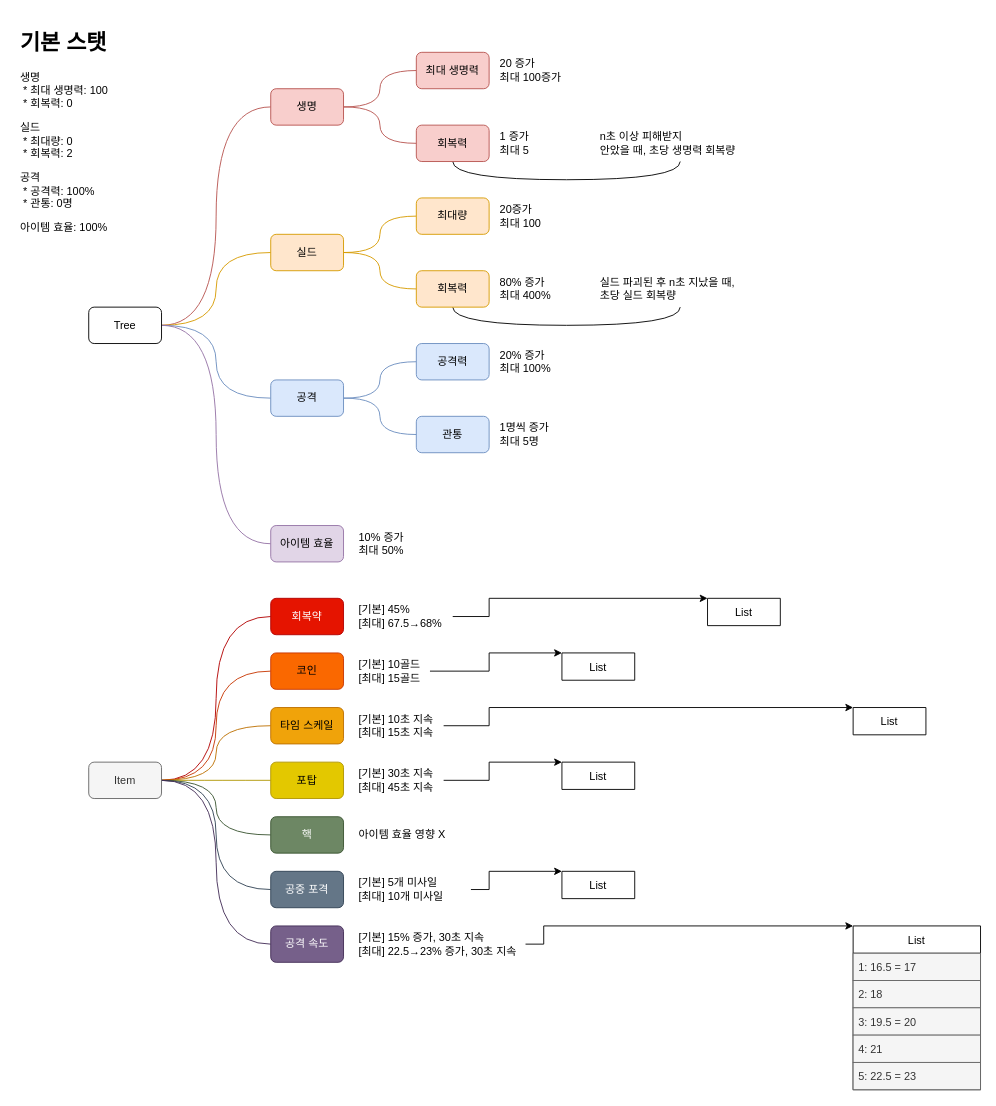
Whale-Park18/FPS-Survival keeps this draw.io diagram as page "로그라이크 요소" (3 of 4) of FPS Survivall.drawio. Above is the earlier version. Source tidied: cells renumbered, new cells numbered last; positions are measured from the earlier drawing's top-left corner, leaving out a move shared by most shapes. Both pictures are drawn from the tidied source at 91%, with x=0, y=0 at pixel (15, 25).
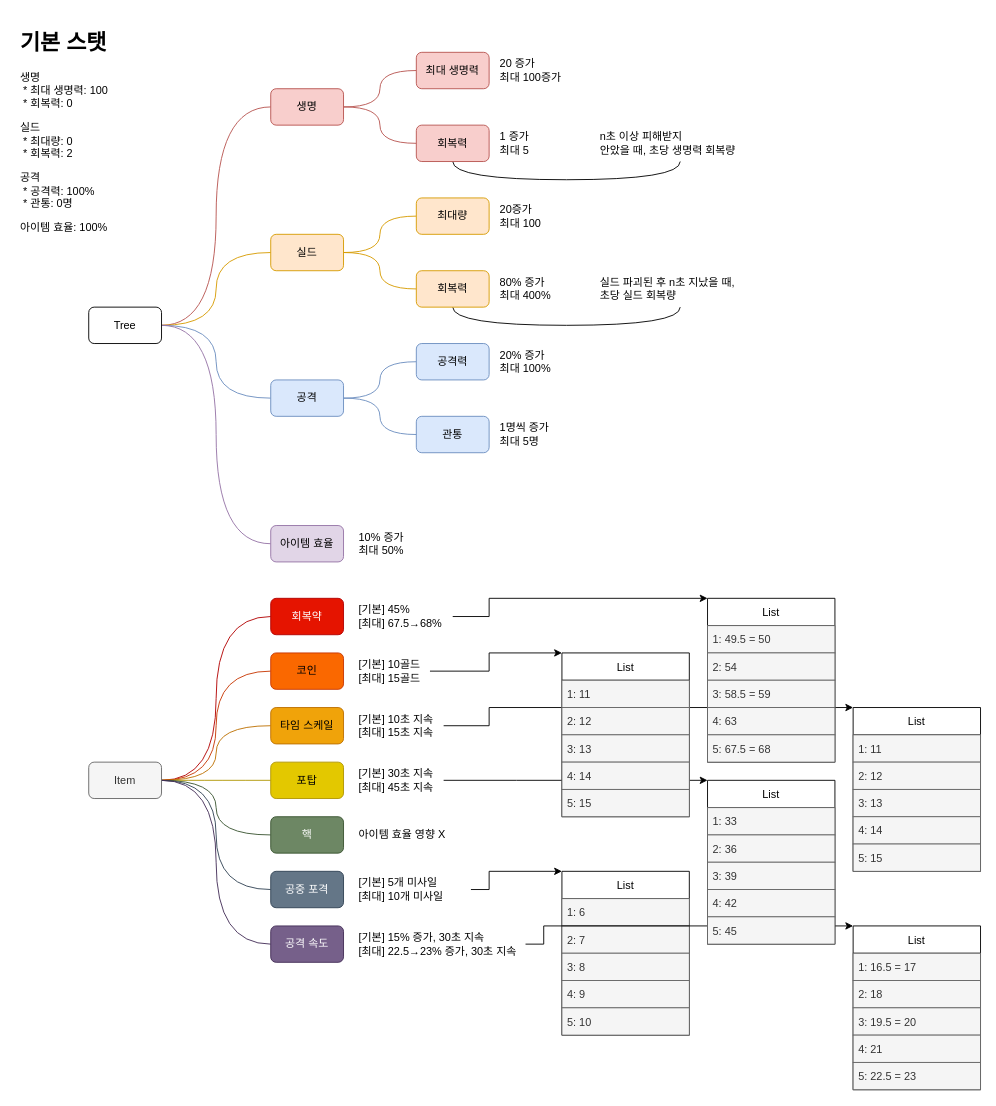
Above is the later version.

Unchanged cells that the change refers to:
```xml
<mxCell id="55" value="[기본] 30초 지속&lt;br&gt;[최대] 45초 지속" style="text;html=1;strokeColor=none;fillColor=none;align=left;verticalAlign=middle;whiteSpace=wrap;rounded=0;" parent="1" vertex="1">
  <mxGeometry x="375" y="810" width="95" height="40" as="geometry" />
</mxCell>
```

Diff of the diagram source:
```diff
@@
-    <mxCell id="2" value="List" style="swimlane;fontStyle=0;horizontal=1;startSize=30;" parent="1" vertex="1" collapsed="1">
-      <mxGeometry x="600" y="930" width="80" height="30" as="geometry" />
+    <mxCell id="2" value="List" style="swimlane;fontStyle=0;horizontal=1;startSize=30;" parent="1" vertex="1">
+      <mxGeometry x="600" y="930" width="140" height="180" as="geometry" />
     </mxCell>
+    <mxCell id="74" value="1: 6" style="text;strokeColor=#666666;fillColor=#f5f5f5;align=left;verticalAlign=middle;spacingLeft=4;spacingRight=4;overflow=hidden;fontColor=#333333;" parent="2" vertex="1">
+      <mxGeometry y="30" width="140" height="30" as="geometry" />
+    </mxCell>
+    <mxCell id="75" value="2: 7" style="text;strokeColor=#666666;fillColor=#f5f5f5;align=left;verticalAlign=middle;spacingLeft=4;spacingRight=4;overflow=hidden;fontColor=#333333;" parent="2" vertex="1">
+      <mxGeometry y="60" width="140" height="30" as="geometry" />
+    </mxCell>
+    <mxCell id="76" value="3: 8" style="text;strokeColor=#666666;fillColor=#f5f5f5;align=left;verticalAlign=middle;spacingLeft=4;spacingRight=4;overflow=hidden;fontColor=#333333;" parent="2" vertex="1">
+      <mxGeometry y="90" width="140" height="30" as="geometry" />
+    </mxCell>
+    <mxCell id="77" value="4: 9" style="text;strokeColor=#666666;fillColor=#f5f5f5;align=left;verticalAlign=middle;spacingLeft=4;spacingRight=4;overflow=hidden;fontColor=#333333;" parent="2" vertex="1">
+      <mxGeometry y="120" width="140" height="30" as="geometry" />
+    </mxCell>
+    <mxCell id="78" value="5: 10" style="text;strokeColor=#666666;fillColor=#f5f5f5;align=left;verticalAlign=middle;spacingLeft=4;spacingRight=4;overflow=hidden;fontColor=#333333;" parent="2" vertex="1">
+      <mxGeometry y="150" width="140" height="30" as="geometry" />
+    </mxCell>
@@
     <mxCell id="54" style="edgeStyle=orthogonalEdgeStyle;rounded=0;jettySize=auto;html=1;exitX=1;exitY=0.5;exitDx=0;exitDy=0;entryX=0;entryY=0;entryDx=0;entryDy=0;" parent="1" edge="1" source="55" target="65">
       <mxGeometry relative="1" as="geometry">
         <Array as="points">
-          <mxPoint x="520" y="830" />
-          <mxPoint x="520" y="810" />
+          <mxPoint x="550" y="830" />
+          <mxPoint x="550" y="830" />
         </Array>
       </mxGeometry>
     </mxCell>
@@
-    <mxCell id="64" value="List" style="swimlane;fontStyle=0;horizontal=1;startSize=30;" parent="1" vertex="1" collapsed="1">
-      <mxGeometry x="920" y="750" width="80" height="30" as="geometry" />
+    <mxCell id="64" value="List" style="swimlane;fontStyle=0;horizontal=1;startSize=30;" parent="1" vertex="1">
+      <mxGeometry x="920" y="750" width="140" height="180" as="geometry" />
     </mxCell>
+    <mxCell id="79" value="1: 11" style="text;strokeColor=#666666;fillColor=#f5f5f5;align=left;verticalAlign=middle;spacingLeft=4;spacingRight=4;overflow=hidden;fontColor=#333333;" parent="64" vertex="1">
+      <mxGeometry y="30" width="140" height="30" as="geometry" />
+    </mxCell>
+    <mxCell id="80" value="2: 12" style="text;strokeColor=#666666;fillColor=#f5f5f5;align=left;verticalAlign=middle;spacingLeft=4;spacingRight=4;overflow=hidden;fontColor=#333333;" parent="64" vertex="1">
+      <mxGeometry y="60" width="140" height="30" as="geometry" />
+    </mxCell>
+    <mxCell id="81" value="3: 13" style="text;strokeColor=#666666;fillColor=#f5f5f5;align=left;verticalAlign=middle;spacingLeft=4;spacingRight=4;overflow=hidden;fontColor=#333333;" parent="64" vertex="1">
+      <mxGeometry y="90" width="140" height="30" as="geometry" />
+    </mxCell>
+    <mxCell id="82" value="4: 14" style="text;strokeColor=#666666;fillColor=#f5f5f5;align=left;verticalAlign=middle;spacingLeft=4;spacingRight=4;overflow=hidden;fontColor=#333333;" parent="64" vertex="1">
+      <mxGeometry y="120" width="140" height="30" as="geometry" />
+    </mxCell>
+    <mxCell id="83" value="5: 15" style="text;strokeColor=#666666;fillColor=#f5f5f5;align=left;verticalAlign=middle;spacingLeft=4;spacingRight=4;overflow=hidden;fontColor=#333333;" parent="64" vertex="1">
+      <mxGeometry y="150" width="140" height="30" as="geometry" />
+    </mxCell>
-    <mxCell id="65" value="List" style="swimlane;fontStyle=0;horizontal=1;startSize=30;" parent="1" vertex="1" collapsed="1">
-      <mxGeometry x="600" y="810" width="80" height="30" as="geometry" />
+    <mxCell id="65" value="List" style="swimlane;fontStyle=0;horizontal=1;startSize=30;" parent="1" vertex="1">
+      <mxGeometry x="760" y="830" width="140" height="180" as="geometry" />
     </mxCell>
+    <mxCell id="84" value="1: 33" style="text;strokeColor=#666666;fillColor=#f5f5f5;align=left;verticalAlign=middle;spacingLeft=4;spacingRight=4;overflow=hidden;fontColor=#333333;" parent="65" vertex="1">
+      <mxGeometry y="30" width="140" height="30" as="geometry" />
+    </mxCell>
+    <mxCell id="85" value="2: 36" style="text;strokeColor=#666666;fillColor=#f5f5f5;align=left;verticalAlign=middle;spacingLeft=4;spacingRight=4;overflow=hidden;fontColor=#333333;" parent="65" vertex="1">
+      <mxGeometry y="60" width="140" height="30" as="geometry" />
+    </mxCell>
+    <mxCell id="86" value="3: 39" style="text;strokeColor=#666666;fillColor=#f5f5f5;align=left;verticalAlign=middle;spacingLeft=4;spacingRight=4;overflow=hidden;fontColor=#333333;" parent="65" vertex="1">
+      <mxGeometry y="90" width="140" height="30" as="geometry" />
+    </mxCell>
+    <mxCell id="87" value="4: 42" style="text;strokeColor=#666666;fillColor=#f5f5f5;align=left;verticalAlign=middle;spacingLeft=4;spacingRight=4;overflow=hidden;fontColor=#333333;" parent="65" vertex="1">
+      <mxGeometry y="120" width="140" height="30" as="geometry" />
+    </mxCell>
+    <mxCell id="88" value="5: 45" style="text;strokeColor=#666666;fillColor=#f5f5f5;align=left;verticalAlign=middle;spacingLeft=4;spacingRight=4;overflow=hidden;fontColor=#333333;" parent="65" vertex="1">
+      <mxGeometry y="150" width="140" height="30" as="geometry" />
+    </mxCell>
@@
-    <mxCell id="72" value="List" style="swimlane;fontStyle=0;horizontal=1;startSize=30;" parent="1" vertex="1" collapsed="1">
-      <mxGeometry x="760" y="630" width="80" height="30" as="geometry" />
+    <mxCell id="72" value="List" style="swimlane;fontStyle=0;horizontal=1;startSize=30;" parent="1" vertex="1">
+      <mxGeometry x="760" y="630" width="140" height="180" as="geometry" />
     </mxCell>
+    <mxCell id="89" value="1: 49.5 = 50" style="text;strokeColor=#666666;fillColor=#f5f5f5;align=left;verticalAlign=middle;spacingLeft=4;spacingRight=4;overflow=hidden;fontColor=#333333;" parent="72" vertex="1">
+      <mxGeometry y="30" width="140" height="30" as="geometry" />
+    </mxCell>
+    <mxCell id="90" value="2: 54" style="text;align=left;verticalAlign=middle;spacingLeft=4;spacingRight=4;overflow=hidden;fillColor=#f5f5f5;fontColor=#333333;strokeColor=#666666;" parent="72" vertex="1">
+      <mxGeometry y="60" width="140" height="30" as="geometry" />
+    </mxCell>
+    <mxCell id="91" value="3: 58.5 = 59" style="text;align=left;verticalAlign=middle;spacingLeft=4;spacingRight=4;overflow=hidden;fillColor=#f5f5f5;fontColor=#333333;strokeColor=#666666;" parent="72" vertex="1">
+      <mxGeometry y="90" width="140" height="30" as="geometry" />
+    </mxCell>
+    <mxCell id="92" value="4: 63" style="text;align=left;verticalAlign=middle;spacingLeft=4;spacingRight=4;overflow=hidden;fillColor=#f5f5f5;fontColor=#333333;strokeColor=#666666;" parent="72" vertex="1">
+      <mxGeometry y="120" width="140" height="30" as="geometry" />
+    </mxCell>
+    <mxCell id="93" value="5: 67.5 = 68" style="text;align=left;verticalAlign=middle;spacingLeft=4;spacingRight=4;overflow=hidden;fillColor=#f5f5f5;fontColor=#333333;strokeColor=#666666;" parent="72" vertex="1">
+      <mxGeometry y="150" width="140" height="30" as="geometry" />
+    </mxCell>
-    <mxCell id="73" value="List" style="swimlane;fontStyle=0;horizontal=1;startSize=30;" parent="1" vertex="1" collapsed="1">
-      <mxGeometry x="600" y="690" width="80" height="30" as="geometry" />
+    <mxCell id="73" value="List" style="swimlane;fontStyle=0;horizontal=1;startSize=30;" parent="1" vertex="1">
+      <mxGeometry x="600" y="690" width="140" height="180" as="geometry" />
     </mxCell>
+    <mxCell id="94" value="1: 11" style="text;strokeColor=#666666;fillColor=#f5f5f5;align=left;verticalAlign=middle;spacingLeft=4;spacingRight=4;overflow=hidden;fontColor=#333333;" parent="73" vertex="1">
+      <mxGeometry y="30" width="140" height="30" as="geometry" />
+    </mxCell>
+    <mxCell id="95" value="2: 12" style="text;strokeColor=#666666;fillColor=#f5f5f5;align=left;verticalAlign=middle;spacingLeft=4;spacingRight=4;overflow=hidden;fontColor=#333333;" parent="73" vertex="1">
+      <mxGeometry y="60" width="140" height="30" as="geometry" />
+    </mxCell>
+    <mxCell id="96" value="3: 13" style="text;strokeColor=#666666;fillColor=#f5f5f5;align=left;verticalAlign=middle;spacingLeft=4;spacingRight=4;overflow=hidden;fontColor=#333333;" parent="73" vertex="1">
+      <mxGeometry y="90" width="140" height="30" as="geometry" />
+    </mxCell>
+    <mxCell id="97" value="4: 14" style="text;strokeColor=#666666;fillColor=#f5f5f5;align=left;verticalAlign=middle;spacingLeft=4;spacingRight=4;overflow=hidden;fontColor=#333333;" parent="73" vertex="1">
+      <mxGeometry y="120" width="140" height="30" as="geometry" />
+    </mxCell>
+    <mxCell id="98" value="5: 15" style="text;strokeColor=#666666;fillColor=#f5f5f5;align=left;verticalAlign=middle;spacingLeft=4;spacingRight=4;overflow=hidden;fontColor=#333333;" parent="73" vertex="1">
+      <mxGeometry y="150" width="140" height="30" as="geometry" />
+    </mxCell>
```
